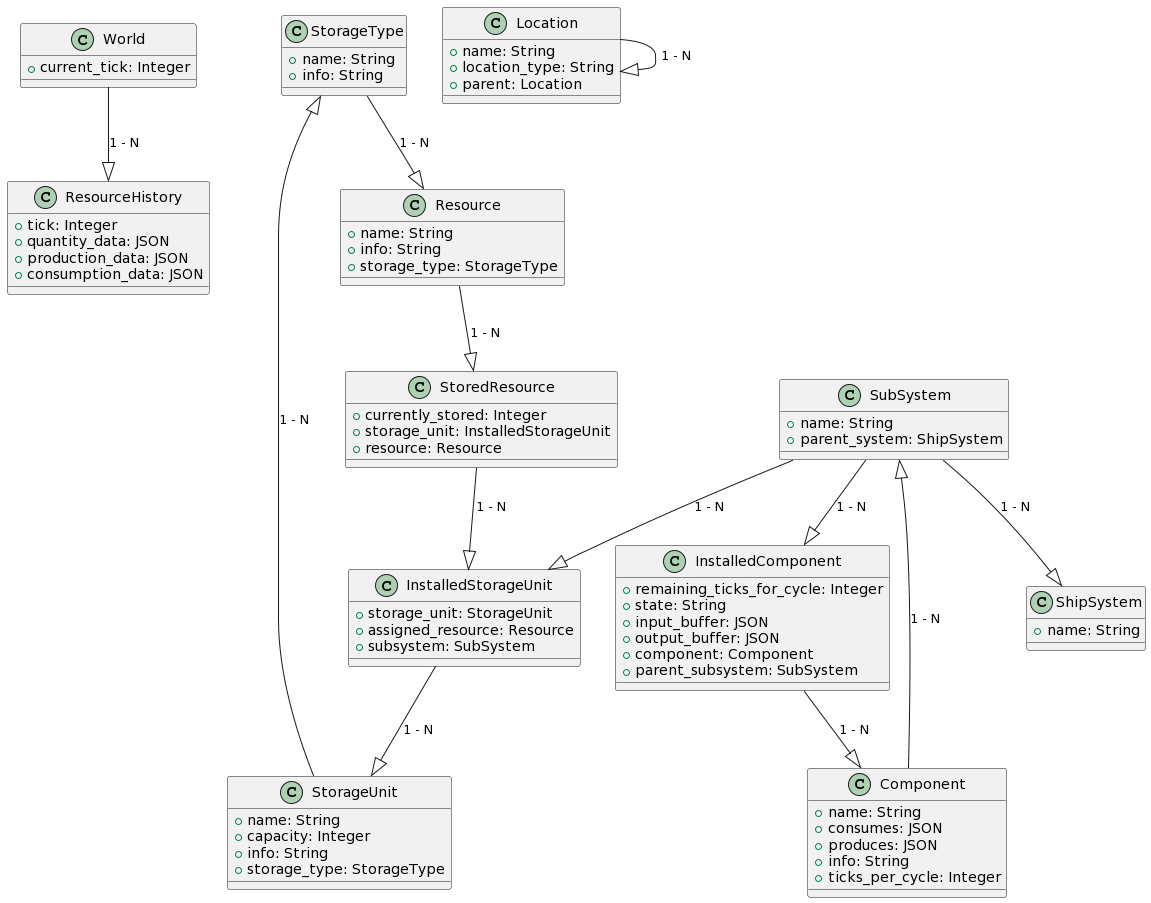
The PlantUML diagram er-diagram.png in igjese/avalon, before a commit. Source of this version:
```plantuml
@startuml
!define RECTANGLE class

RECTANGLE World {
  +current_tick: Integer
}

RECTANGLE ResourceHistory {
  +tick: Integer
  +quantity_data: JSON
  +production_data: JSON
  +consumption_data: JSON
}

RECTANGLE StorageType {
  +name: String
  +info: String
}

RECTANGLE Resource {
  +name: String
  +info: String
  +storage_type: StorageType
}

RECTANGLE ShipSystem {
  +name: String
}

RECTANGLE SubSystem {
  +name: String
  +parent_system: ShipSystem
}

RECTANGLE Component {
  +name: String
  +consumes: JSON
  +produces: JSON
  +info: String
  +ticks_per_cycle: Integer
}

RECTANGLE InstalledComponent {
  +remaining_ticks_for_cycle: Integer
  +state: String
  +input_buffer: JSON
  +output_buffer: JSON
  +component: Component
  +parent_subsystem: SubSystem
}

RECTANGLE StorageUnit {
  +name: String
  +capacity: Integer
  +info: String
  +storage_type: StorageType
}

RECTANGLE Location {
  +name: String
  +location_type: String
  +parent: Location
}

RECTANGLE InstalledStorageUnit {
  +storage_unit: StorageUnit
  +assigned_resource: Resource
  +subsystem: SubSystem
}

RECTANGLE StoredResource {
  +currently_stored: Integer
  +storage_unit: InstalledStorageUnit
  +resource: Resource
}

World --|> ResourceHistory: 1 - N
StorageType --|> Resource: 1 - N
Resource --|> StoredResource: 1 - N
StoredResource --|> InstalledStorageUnit: 1 - N
InstalledStorageUnit --|> StorageUnit: 1 - N
StorageUnit --|> StorageType: 1 - N
SubSystem --|> InstalledStorageUnit: 1 - N
SubSystem --|> InstalledComponent: 1 - N
InstalledComponent --|> Component: 1 - N
Component --|> SubSystem: 1 - N
SubSystem --|> ShipSystem: 1 - N
Location --|> Location: 1 - N
@enduml
```
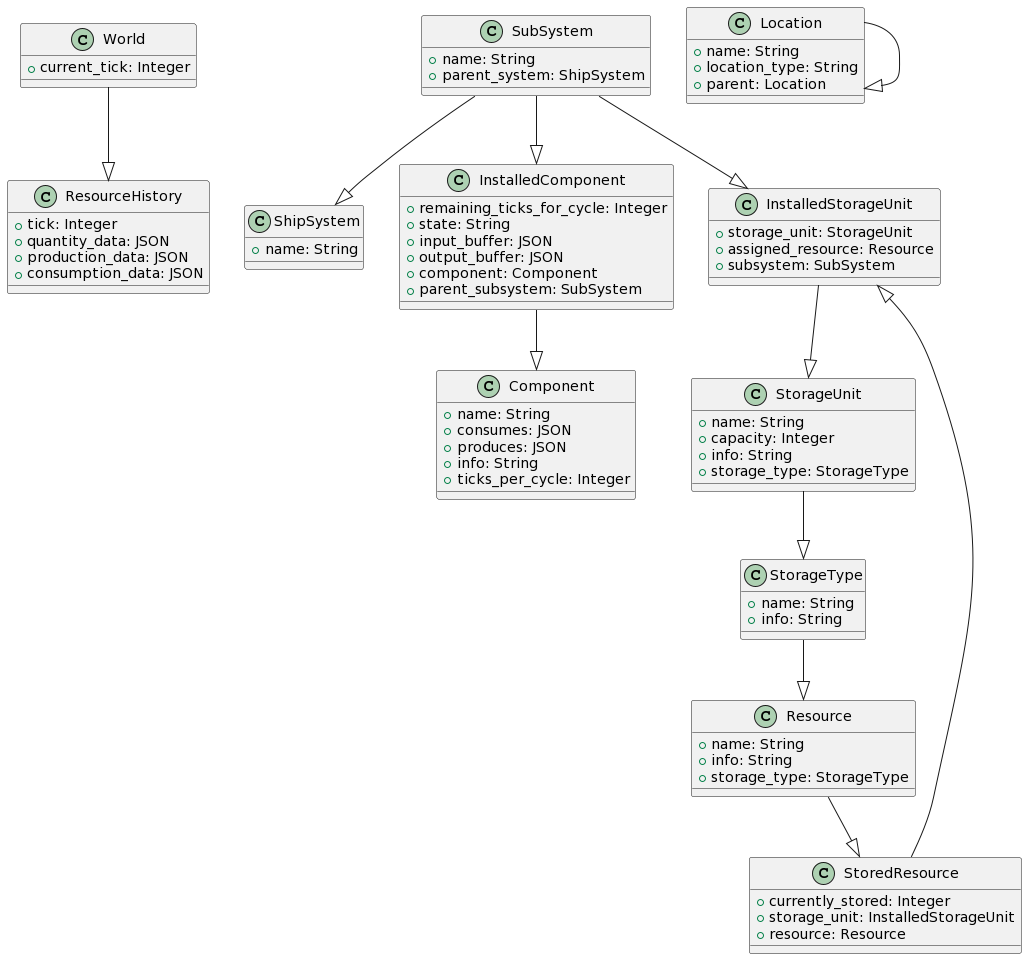
Later version of the same file.

Change to the diagram source:
```diff
@@ -1,8 +1,19 @@
 @startuml
 !define RECTANGLE class
 
+top to bottom direction
+
 RECTANGLE World {
   +current_tick: Integer
+}
+
+RECTANGLE ShipSystem {
+  +name: String
+}
+
+RECTANGLE SubSystem {
+  +name: String
+  +parent_system: ShipSystem
 }
 
 RECTANGLE ResourceHistory {
@@ -23,14 +34,9 @@
   +storage_type: StorageType
 }
 
-RECTANGLE ShipSystem {
-  +name: String
-}
 
-RECTANGLE SubSystem {
-  +name: String
-  +parent_system: ShipSystem
-}
+
+
 
 RECTANGLE Component {
   +name: String
@@ -74,16 +80,15 @@
   +resource: Resource
 }
 
-World --|> ResourceHistory: 1 - N
-StorageType --|> Resource: 1 - N
-Resource --|> StoredResource: 1 - N
-StoredResource --|> InstalledStorageUnit: 1 - N
-InstalledStorageUnit --|> StorageUnit: 1 - N
-StorageUnit --|> StorageType: 1 - N
-SubSystem --|> InstalledStorageUnit: 1 - N
-SubSystem --|> InstalledComponent: 1 - N
-InstalledComponent --|> Component: 1 - N
-Component --|> SubSystem: 1 - N
-SubSystem --|> ShipSystem: 1 - N
-Location --|> Location: 1 - N
+World --|> ResourceHistory
+StorageType --|> Resource
+Resource --|> StoredResource
+StoredResource --|> InstalledStorageUnit
+InstalledStorageUnit --|> StorageUnit
+StorageUnit --|> StorageType
+SubSystem --|> InstalledStorageUnit
+SubSystem --|> InstalledComponent
+InstalledComponent --|> Component
+SubSystem --|> ShipSystem
+Location --|> Location
 @enduml
```
